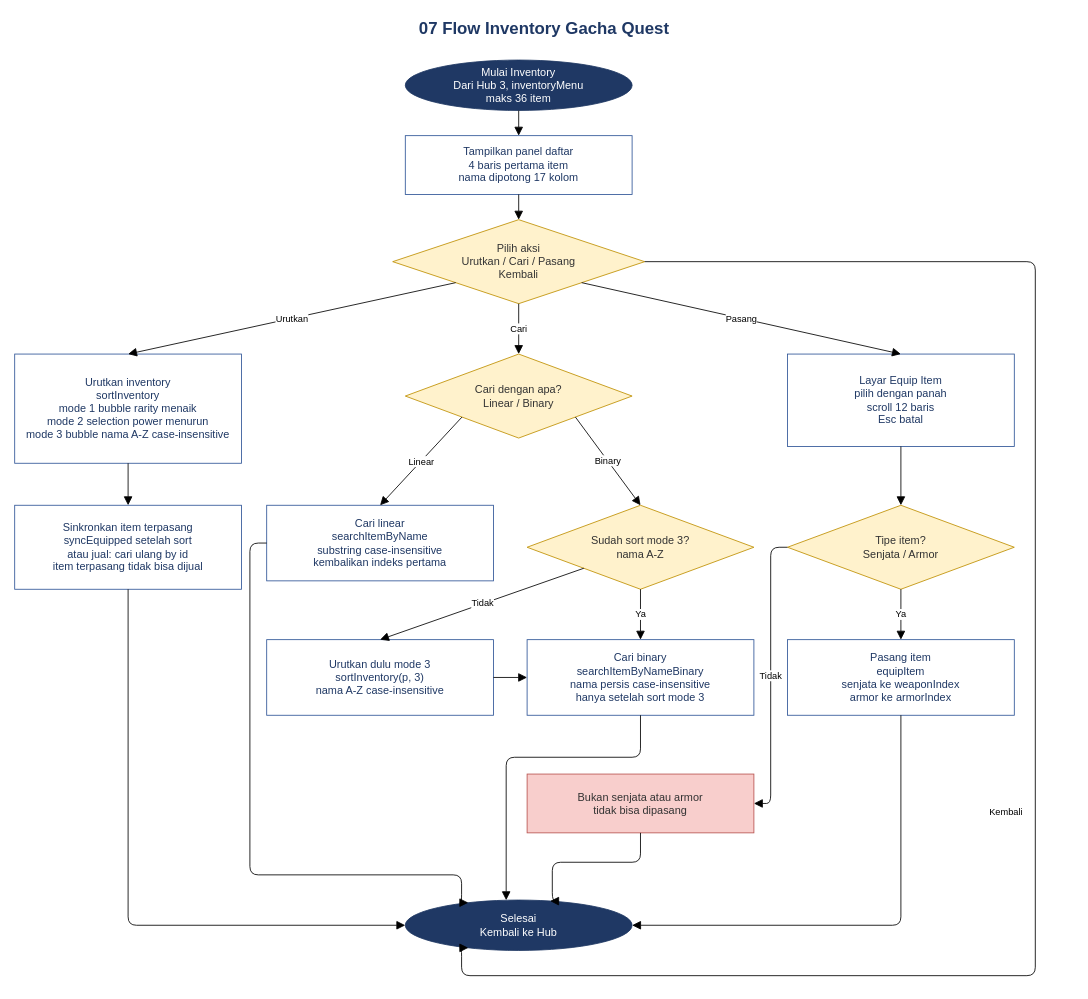
yayayapluto/Panduan-GachaQuest keeps this draw.io diagram as docs/diagrams/07-inventory.drawio. Above is the earlier version. Source tidied: cells renumbered, new cells numbered last; positions are measured from the earlier drawing's top-left corner, leaving out a move shared by most shapes. Both pictures are drawn from the tidied source at 84%, with x=0, y=0 at pixel (14, 14).
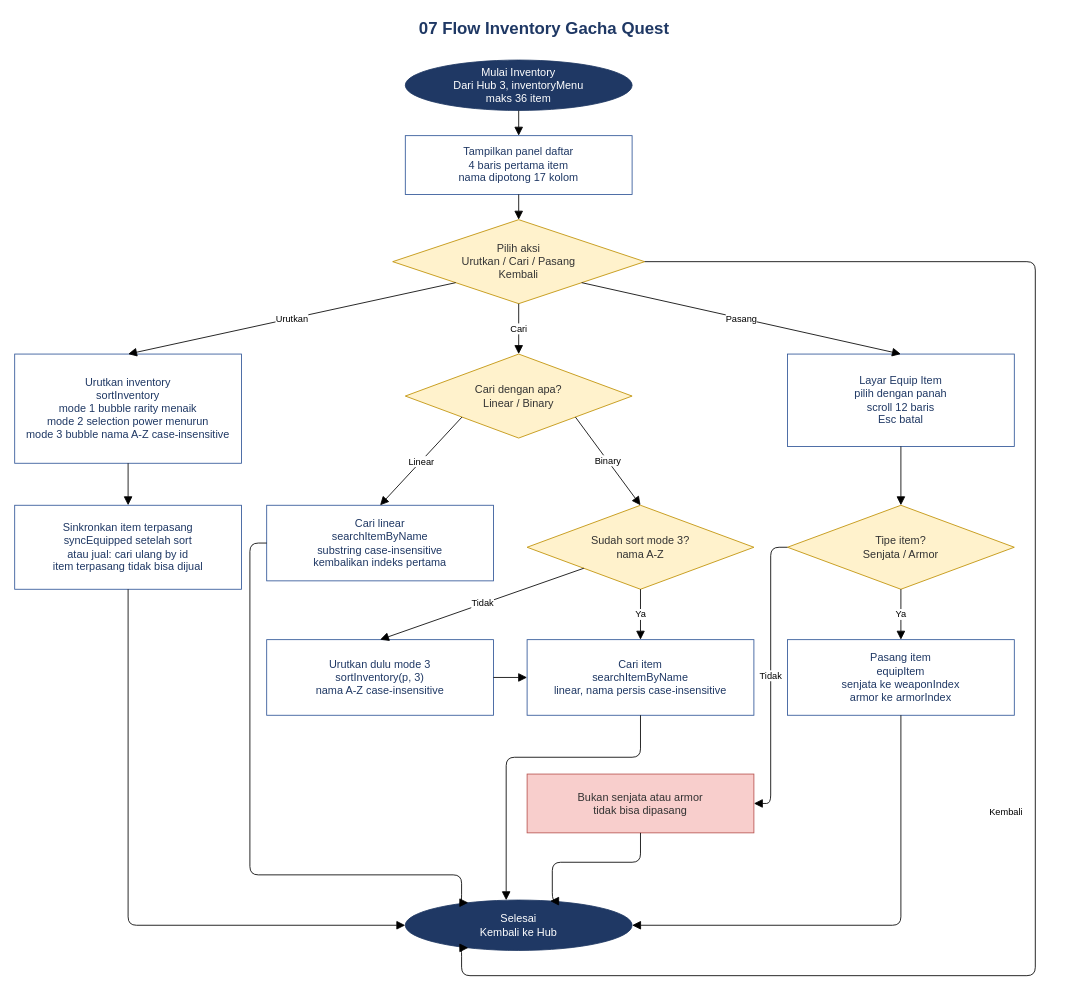
After the change.

Commit message:
docs(diagram): ganti label binary search ke linear (#10)

What changed in the source:
```diff
@@
-    <mxCell id="12" value="Cari binary&#10;searchItemByNameBinary&#10;nama persis case-insensitive&#10;hanya setelah sort mode 3" style="rounded=0;whiteSpace=wrap;html=1;fillColor=#FFFFFF;strokeColor=#2F5597;fontColor=#1F3864;fontSize=13;" parent="1" vertex="1">
+    <mxCell id="12" value="Cari item&#10;searchItemByName&#10;linear, nama persis case-insensitive" style="rounded=0;whiteSpace=wrap;html=1;fillColor=#FFFFFF;strokeColor=#2F5597;fontColor=#1F3864;fontSize=13;" parent="1" vertex="1">
       <mxGeometry x="610" y="744" width="270" height="90" as="geometry" />
     </mxCell>
```
